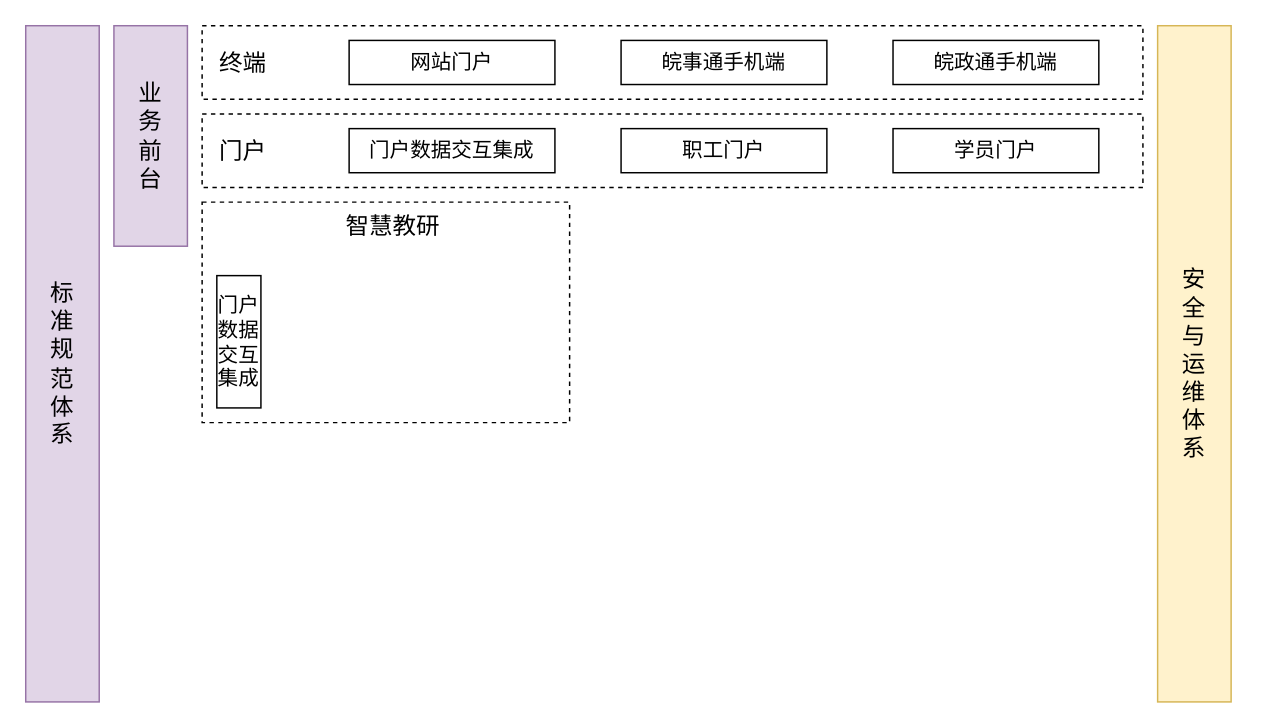
Above: 党校架构.drawio in JaceLu/Docs (draw.io), before the change. Source tidied: cells renumbered, new cells numbered last; positions are measured from the earlier drawing's top-left corner, leaving out a move shared by most shapes. Both pictures are drawn from the tidied source at 147%, with x=0, y=0 at pixel (25, 25).
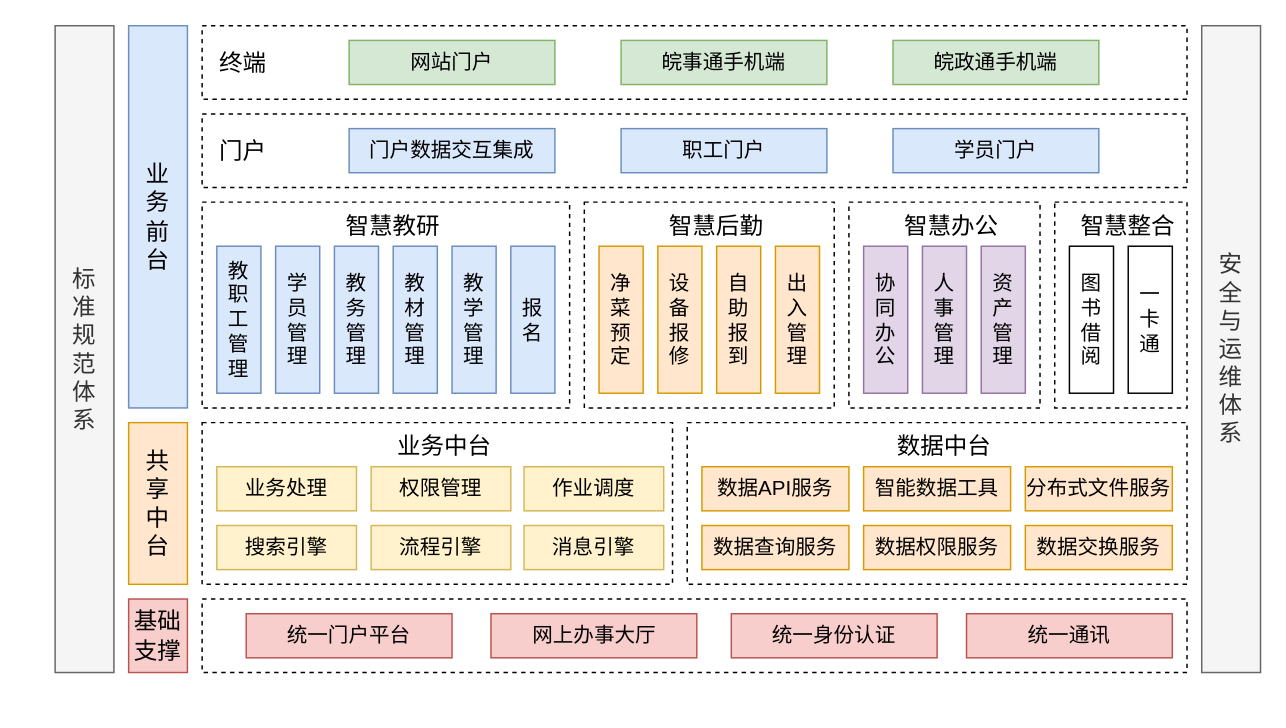
After the change.

Commit message:
更新党校架构.drawio

The edit, as a diff of the source:
```diff
@@
+    <mxCell id="15" value="智慧后勤" style="rounded=0;whiteSpace=wrap;html=1;fontSize=16;align=center;spacingLeft=10;dashed=1;verticalAlign=top;" parent="1" vertex="1">
+      <mxGeometry x="380" y="120" width="170" height="140" as="geometry" />
+    </mxCell>
-    <mxCell id="2" value="标准规范体系" style="rounded=0;whiteSpace=wrap;html=1;fillColor=#e1d5e7;strokeColor=#9673a6;horizontal=1;fontSize=16;spacingLeft=10;spacingRight=10;" parent="1" vertex="1">
-      <mxGeometry width="50" height="460" as="geometry" />
+    <mxCell id="2" value="标准规范体系" style="rounded=0;whiteSpace=wrap;html=1;fillColor=#f5f5f5;strokeColor=#666666;horizontal=1;fontSize=16;spacingLeft=10;spacingRight=10;fontColor=#333333;" parent="1" vertex="1">
+      <mxGeometry x="20" width="40" height="440" as="geometry" />
     </mxCell>
-    <mxCell id="3" value="安全与运维体系" style="rounded=0;whiteSpace=wrap;html=1;fillColor=#fff2cc;strokeColor=#d6b656;horizontal=1;fontSize=16;spacingLeft=10;spacingRight=10;" parent="1" vertex="1">
-      <mxGeometry x="770" width="50" height="460" as="geometry" />
+    <mxCell id="3" value="安全与运维体系" style="rounded=0;whiteSpace=wrap;html=1;fillColor=#f5f5f5;strokeColor=#666666;horizontal=1;fontSize=16;spacingLeft=10;spacingRight=10;fontColor=#333333;" parent="1" vertex="1">
+      <mxGeometry x="800" width="40" height="440" as="geometry" />
     </mxCell>
     <mxCell id="4" value="终端" style="rounded=0;whiteSpace=wrap;html=1;fontSize=16;align=left;spacingLeft=10;dashed=1;" parent="1" vertex="1">
-      <mxGeometry x="120" width="640" height="50" as="geometry" />
+      <mxGeometry x="120" width="670" height="50" as="geometry" />
     </mxCell>
-    <mxCell id="5" value="业务前台" style="rounded=0;whiteSpace=wrap;html=1;fillColor=#e1d5e7;strokeColor=#9673a6;horizontal=1;fontSize=16;spacingLeft=10;spacingRight=10;" parent="1" vertex="1">
-      <mxGeometry x="60" width="50" height="150" as="geometry" />
+    <mxCell id="5" value="业务前台" style="rounded=0;whiteSpace=wrap;html=1;fillColor=#dae8fc;strokeColor=#6c8ebf;horizontal=1;fontSize=16;spacingLeft=10;spacingRight=10;" parent="1" vertex="1">
+      <mxGeometry x="70" width="40" height="260" as="geometry" />
     </mxCell>
-    <mxCell id="6" value="网站门户" style="rounded=0;whiteSpace=wrap;html=1;fontSize=14;" parent="1" vertex="1">
+    <mxCell id="6" value="网站门户" style="rounded=0;whiteSpace=wrap;html=1;fontSize=14;fillColor=#d5e8d4;strokeColor=#82b366;" parent="1" vertex="1">
       <mxGeometry x="220" y="10" width="140" height="30" as="geometry" />
     </mxCell>
-    <mxCell id="7" value="皖事通手机端" style="rounded=0;whiteSpace=wrap;html=1;fontSize=14;" parent="1" vertex="1">
+    <mxCell id="7" value="皖事通手机端" style="rounded=0;whiteSpace=wrap;html=1;fontSize=14;fillColor=#d5e8d4;strokeColor=#82b366;" parent="1" vertex="1">
       <mxGeometry x="405" y="10" width="140" height="30" as="geometry" />
     </mxCell>
-    <mxCell id="8" value="皖政通手机端" style="rounded=0;whiteSpace=wrap;html=1;fontSize=14;" parent="1" vertex="1">
+    <mxCell id="8" value="皖政通手机端" style="rounded=0;whiteSpace=wrap;html=1;fontSize=14;fillColor=#d5e8d4;strokeColor=#82b366;" parent="1" vertex="1">
       <mxGeometry x="590" y="10" width="140" height="30" as="geometry" />
     </mxCell>
     <mxCell id="9" value="门户" style="rounded=0;whiteSpace=wrap;html=1;fontSize=16;align=left;spacingLeft=10;dashed=1;" parent="1" vertex="1">
-      <mxGeometry x="120" y="60" width="640" height="50" as="geometry" />
+      <mxGeometry x="120" y="60" width="670" height="50" as="geometry" />
     </mxCell>
-    <mxCell id="10" value="门户数据交互集成" style="rounded=0;whiteSpace=wrap;html=1;fontSize=14;" parent="1" vertex="1">
+    <mxCell id="10" value="门户数据交互集成" style="rounded=0;whiteSpace=wrap;html=1;fontSize=14;fillColor=#dae8fc;strokeColor=#6c8ebf;" parent="1" vertex="1">
       <mxGeometry x="220" y="70" width="140" height="30" as="geometry" />
     </mxCell>
-    <mxCell id="11" value="职工门户" style="rounded=0;whiteSpace=wrap;html=1;fontSize=14;" parent="1" vertex="1">
+    <mxCell id="11" value="职工门户" style="rounded=0;whiteSpace=wrap;html=1;fontSize=14;fillColor=#dae8fc;strokeColor=#6c8ebf;" parent="1" vertex="1">
       <mxGeometry x="405" y="70" width="140" height="30" as="geometry" />
     </mxCell>
-    <mxCell id="12" value="学员门户" style="rounded=0;whiteSpace=wrap;html=1;fontSize=14;" parent="1" vertex="1">
+    <mxCell id="12" value="学员门户" style="rounded=0;whiteSpace=wrap;html=1;fontSize=14;fillColor=#dae8fc;strokeColor=#6c8ebf;" parent="1" vertex="1">
       <mxGeometry x="590" y="70" width="140" height="30" as="geometry" />
     </mxCell>
     <mxCell id="13" value="智慧教研" style="rounded=0;whiteSpace=wrap;html=1;fontSize=16;align=center;spacingLeft=10;dashed=1;verticalAlign=top;" parent="1" vertex="1">
-      <mxGeometry x="120" y="120" width="250" height="150" as="geometry" />
+      <mxGeometry x="120" y="120" width="250" height="140" as="geometry" />
     </mxCell>
-    <mxCell id="14" value="门户数据交互集成" style="rounded=0;whiteSpace=wrap;html=1;fontSize=14;" parent="1" vertex="1">
-      <mxGeometry x="130" y="170" width="30" height="90" as="geometry" />
+    <mxCell id="14" value="教职工管理" style="rounded=0;whiteSpace=wrap;html=1;fontSize=14;spacingLeft=10;spacingRight=10;fillColor=#dae8fc;strokeColor=#6c8ebf;" parent="1" vertex="1">
+      <mxGeometry x="130" y="150" width="30" height="100" as="geometry" />
     </mxCell>
+    <mxCell id="16" value="学员管理" style="rounded=0;whiteSpace=wrap;html=1;fontSize=14;spacingLeft=10;spacingRight=10;fillColor=#dae8fc;strokeColor=#6c8ebf;" parent="1" vertex="1">
+      <mxGeometry x="170" y="150" width="30" height="100" as="geometry" />
+    </mxCell>
+    <mxCell id="17" value="教务管理" style="rounded=0;whiteSpace=wrap;html=1;fontSize=14;spacingLeft=10;spacingRight=10;fillColor=#dae8fc;strokeColor=#6c8ebf;" parent="1" vertex="1">
+      <mxGeometry x="210" y="150" width="30" height="100" as="geometry" />
+    </mxCell>
+    <mxCell id="18" value="教材管理" style="rounded=0;whiteSpace=wrap;html=1;fontSize=14;spacingLeft=10;spacingRight=10;fillColor=#dae8fc;strokeColor=#6c8ebf;" parent="1" vertex="1">
+      <mxGeometry x="250" y="150" width="30" height="100" as="geometry" />
+    </mxCell>
+    <mxCell id="19" value="教学管理" style="rounded=0;whiteSpace=wrap;html=1;fontSize=14;spacingLeft=10;spacingRight=10;fillColor=#dae8fc;strokeColor=#6c8ebf;" parent="1" vertex="1">
+      <mxGeometry x="290" y="150" width="30" height="100" as="geometry" />
+    </mxCell>
+    <mxCell id="20" value="报名" style="rounded=0;whiteSpace=wrap;html=1;fontSize=14;spacingLeft=10;spacingRight=10;fillColor=#dae8fc;strokeColor=#6c8ebf;" parent="1" vertex="1">
+      <mxGeometry x="330" y="150" width="30" height="100" as="geometry" />
+    </mxCell>
+    <mxCell id="21" value="净菜预定" style="rounded=0;whiteSpace=wrap;html=1;fontSize=14;spacingLeft=10;spacingRight=10;fillColor=#ffe6cc;strokeColor=#d79b00;" parent="1" vertex="1">
+      <mxGeometry x="390" y="150" width="30" height="100" as="geometry" />
+    </mxCell>
+    <mxCell id="22" value="设备报修" style="rounded=0;whiteSpace=wrap;html=1;fontSize=14;spacingLeft=10;spacingRight=10;fillColor=#ffe6cc;strokeColor=#d79b00;" parent="1" vertex="1">
+      <mxGeometry x="430" y="150" width="30" height="100" as="geometry" />
+    </mxCell>
+    <mxCell id="23" value="自助报到" style="rounded=0;whiteSpace=wrap;html=1;fontSize=14;spacingLeft=10;spacingRight=10;fillColor=#ffe6cc;strokeColor=#d79b00;" parent="1" vertex="1">
+      <mxGeometry x="470" y="150" width="30" height="100" as="geometry" />
+    </mxCell>
+    <mxCell id="24" value="出入管理" style="rounded=0;whiteSpace=wrap;html=1;fontSize=14;spacingLeft=10;spacingRight=10;fillColor=#ffe6cc;strokeColor=#d79b00;" parent="1" vertex="1">
+      <mxGeometry x="510" y="150" width="30" height="100" as="geometry" />
+    </mxCell>
+    <mxCell id="25" value="智慧办公" style="rounded=0;whiteSpace=wrap;html=1;fontSize=16;align=center;spacingLeft=10;dashed=1;verticalAlign=top;" parent="1" vertex="1">
+      <mxGeometry x="560" y="120" width="130" height="140" as="geometry" />
+    </mxCell>
+    <mxCell id="26" value="智慧整合" style="rounded=0;whiteSpace=wrap;html=1;fontSize=16;align=center;spacingLeft=10;dashed=1;verticalAlign=top;" parent="1" vertex="1">
+      <mxGeometry x="700" y="120" width="90" height="140" as="geometry" />
+    </mxCell>
+    <mxCell id="27" value="图书借阅" style="rounded=0;whiteSpace=wrap;html=1;fontSize=14;spacingLeft=10;spacingRight=10;" parent="1" vertex="1">
+      <mxGeometry x="710" y="150" width="30" height="100" as="geometry" />
+    </mxCell>
+    <mxCell id="28" value="一卡通" style="rounded=0;whiteSpace=wrap;html=1;fontSize=14;spacingLeft=10;spacingRight=10;" parent="1" vertex="1">
+      <mxGeometry x="750" y="150" width="30" height="100" as="geometry" />
+    </mxCell>
+    <mxCell id="29" value="协同办公" style="rounded=0;whiteSpace=wrap;html=1;fontSize=14;spacingLeft=10;spacingRight=10;fillColor=#e1d5e7;strokeColor=#9673a6;" parent="1" vertex="1">
+      <mxGeometry x="570" y="150" width="30" height="100" as="geometry" />
+    </mxCell>
+    <mxCell id="30" value="人事管理" style="rounded=0;whiteSpace=wrap;html=1;fontSize=14;spacingLeft=10;spacingRight=10;fillColor=#e1d5e7;strokeColor=#9673a6;" parent="1" vertex="1">
+      <mxGeometry x="610" y="150" width="30" height="100" as="geometry" />
+    </mxCell>
+    <mxCell id="31" value="资产管理" style="rounded=0;whiteSpace=wrap;html=1;fontSize=14;spacingLeft=10;spacingRight=10;fillColor=#e1d5e7;strokeColor=#9673a6;" parent="1" vertex="1">
+      <mxGeometry x="650" y="150" width="30" height="100" as="geometry" />
+    </mxCell>
+    <mxCell id="32" value="共享中台" style="rounded=0;whiteSpace=wrap;html=1;fillColor=#ffe6cc;strokeColor=#d79b00;horizontal=1;fontSize=16;spacingLeft=10;spacingRight=10;" parent="1" vertex="1">
+      <mxGeometry x="70" y="270" width="40" height="110" as="geometry" />
+    </mxCell>
+    <mxCell id="33" value="业务中台" style="rounded=0;whiteSpace=wrap;html=1;fontSize=16;align=center;spacingLeft=10;dashed=1;verticalAlign=top;" parent="1" vertex="1">
+      <mxGeometry x="120" y="270" width="320" height="110" as="geometry" />
+    </mxCell>
+    <mxCell id="34" value="数据中台" style="rounded=0;whiteSpace=wrap;html=1;fontSize=16;align=center;spacingLeft=10;dashed=1;verticalAlign=top;" parent="1" vertex="1">
+      <mxGeometry x="450" y="270" width="340" height="110" as="geometry" />
+    </mxCell>
+    <mxCell id="35" value="数据API服务" style="rounded=0;whiteSpace=wrap;html=1;fontSize=14;fillColor=#ffe6cc;strokeColor=#d79b00;" parent="1" vertex="1">
+      <mxGeometry x="460" y="300" width="100" height="30" as="geometry" />
+    </mxCell>
+    <mxCell id="36" value="智能数据工具" style="rounded=0;whiteSpace=wrap;html=1;fontSize=14;fillColor=#ffe6cc;strokeColor=#d79b00;" parent="1" vertex="1">
+      <mxGeometry x="570" y="300" width="100" height="30" as="geometry" />
+    </mxCell>
+    <mxCell id="37" value="分布式文件服务" style="rounded=0;whiteSpace=wrap;html=1;fontSize=14;fillColor=#ffe6cc;strokeColor=#d79b00;" parent="1" vertex="1">
+      <mxGeometry x="680" y="300" width="100" height="30" as="geometry" />
+    </mxCell>
+    <mxCell id="38" value="数据交换服务" style="rounded=0;whiteSpace=wrap;html=1;fontSize=14;fillColor=#ffe6cc;strokeColor=#d79b00;" parent="1" vertex="1">
+      <mxGeometry x="680" y="340" width="100" height="30" as="geometry" />
+    </mxCell>
+    <mxCell id="39" value="数据权限服务" style="rounded=0;whiteSpace=wrap;html=1;fontSize=14;fillColor=#ffe6cc;strokeColor=#d79b00;" parent="1" vertex="1">
+      <mxGeometry x="570" y="340" width="100" height="30" as="geometry" />
+    </mxCell>
+    <mxCell id="40" value="数据查询服务" style="rounded=0;whiteSpace=wrap;html=1;fontSize=14;fillColor=#ffe6cc;strokeColor=#d79b00;" parent="1" vertex="1">
+      <mxGeometry x="460" y="340" width="100" height="30" as="geometry" />
+    </mxCell>
+    <mxCell id="41" value="业务处理" style="rounded=0;whiteSpace=wrap;html=1;fontSize=14;fillColor=#fff2cc;strokeColor=#d6b656;" parent="1" vertex="1">
+      <mxGeometry x="130" y="300" width="95" height="30" as="geometry" />
+    </mxCell>
+    <mxCell id="42" value="权限管理" style="rounded=0;whiteSpace=wrap;html=1;fontSize=14;fillColor=#fff2cc;strokeColor=#d6b656;" parent="1" vertex="1">
+      <mxGeometry x="235" y="300" width="95" height="30" as="geometry" />
+    </mxCell>
+    <mxCell id="43" value="作业调度" style="rounded=0;whiteSpace=wrap;html=1;fontSize=14;fillColor=#fff2cc;strokeColor=#d6b656;" parent="1" vertex="1">
+      <mxGeometry x="339" y="300" width="95" height="30" as="geometry" />
+    </mxCell>
+    <mxCell id="44" value="搜索引擎" style="rounded=0;whiteSpace=wrap;html=1;fontSize=14;fillColor=#fff2cc;strokeColor=#d6b656;" parent="1" vertex="1">
+      <mxGeometry x="130" y="340" width="95" height="30" as="geometry" />
+    </mxCell>
+    <mxCell id="45" value="流程引擎" style="rounded=0;whiteSpace=wrap;html=1;fontSize=14;fillColor=#fff2cc;strokeColor=#d6b656;" parent="1" vertex="1">
+      <mxGeometry x="235" y="340" width="95" height="30" as="geometry" />
+    </mxCell>
+    <mxCell id="46" value="消息引擎" style="rounded=0;whiteSpace=wrap;html=1;fontSize=14;fillColor=#fff2cc;strokeColor=#d6b656;" parent="1" vertex="1">
+      <mxGeometry x="339" y="340" width="95" height="30" as="geometry" />
+    </mxCell>
+    <mxCell id="47" value="基础支撑" style="rounded=0;whiteSpace=wrap;html=1;fillColor=#f8cecc;strokeColor=#b85450;horizontal=1;fontSize=16;spacingLeft=0;spacingRight=0;" parent="1" vertex="1">
+      <mxGeometry x="70" y="390" width="40" height="50" as="geometry" />
+    </mxCell>
+    <mxCell id="48" style="rounded=0;whiteSpace=wrap;html=1;fontSize=16;align=left;spacingLeft=10;dashed=1;" parent="1" vertex="1">
+      <mxGeometry x="120" y="390" width="670" height="50" as="geometry" />
+    </mxCell>
+    <mxCell id="49" value="统一门户平台" style="rounded=0;whiteSpace=wrap;html=1;fontSize=14;fillColor=#f8cecc;strokeColor=#b85450;" parent="1" vertex="1">
+      <mxGeometry x="150" y="400" width="140" height="30" as="geometry" />
+    </mxCell>
+    <mxCell id="50" value="统一通讯" style="rounded=0;whiteSpace=wrap;html=1;fontSize=14;fillColor=#f8cecc;strokeColor=#b85450;" parent="1" vertex="1">
+      <mxGeometry x="640" y="400" width="140" height="30" as="geometry" />
+    </mxCell>
+    <mxCell id="51" value="统一身份认证" style="rounded=0;whiteSpace=wrap;html=1;fontSize=14;fillColor=#f8cecc;strokeColor=#b85450;" parent="1" vertex="1">
+      <mxGeometry x="480" y="400" width="140" height="30" as="geometry" />
+    </mxCell>
+    <mxCell id="52" value="网上办事大厅" style="rounded=0;whiteSpace=wrap;html=1;fontSize=14;fillColor=#f8cecc;strokeColor=#b85450;" parent="1" vertex="1">
+      <mxGeometry x="316.5" y="400" width="140" height="30" as="geometry" />
+    </mxCell>
```
